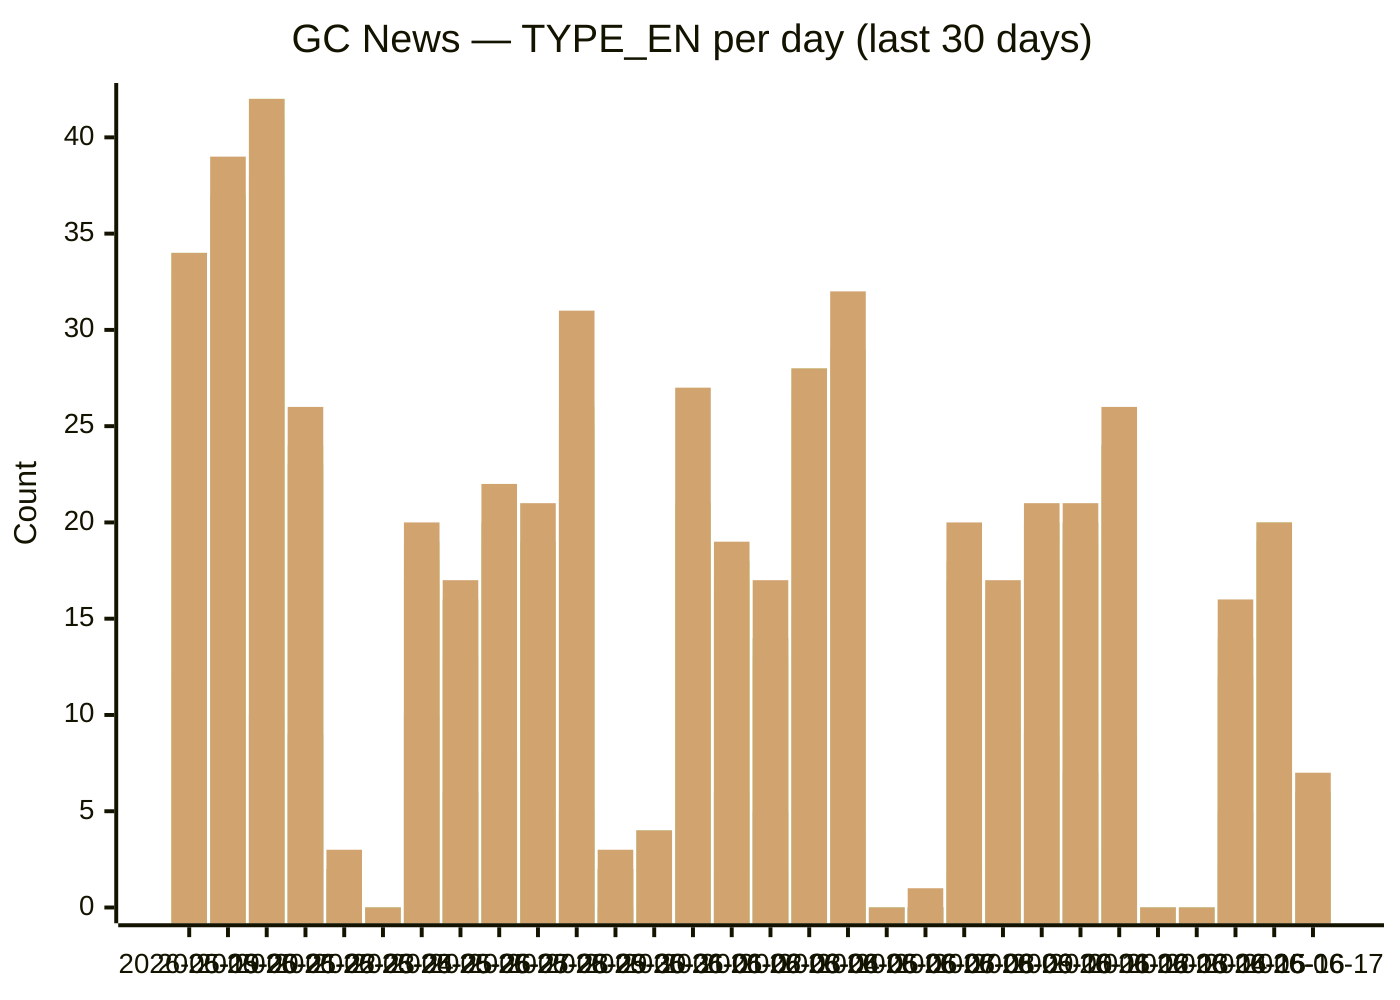
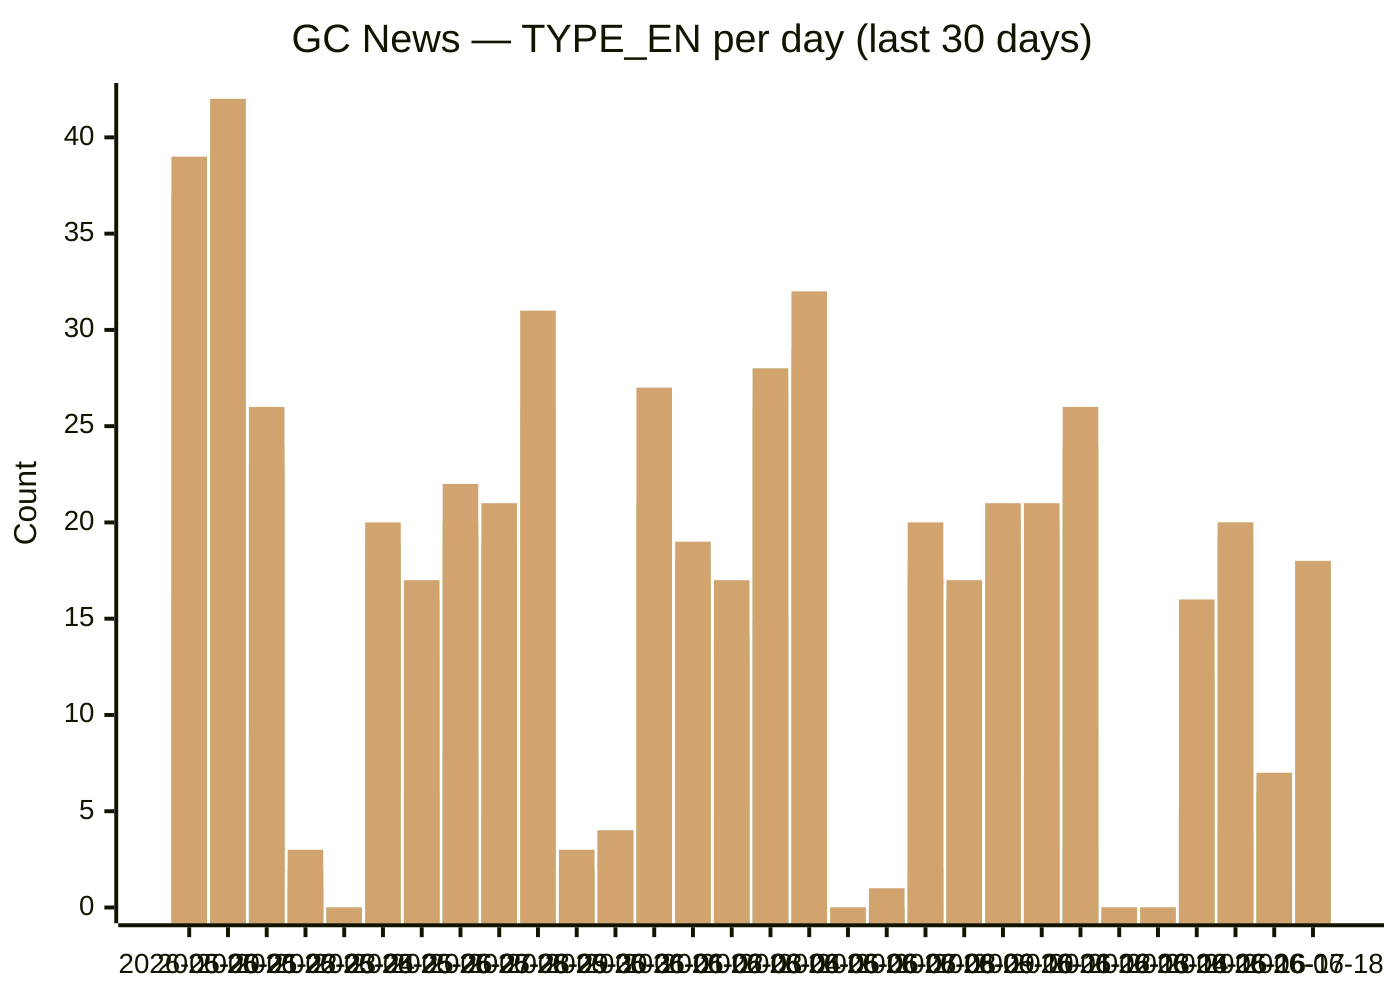
xychart-beta
  title "GC News — TYPE_EN per day (last 30 days)"
-   x-axis [2026-05-19, 2026-05-20, 2026-05-21, 2026-05-22, 2026-05-23, 2026-05-24, 2026-05-25, 2026-05-26, 2026-05-27, 2026-05-28, 2026-05-29, 2026-05-30, 2026-05-31, 2026-06-01, 2026-06-02, 2026-06-03, 2026-06-04, 2026-06-05, 2026-06-06, 2026-06-07, 2026-06-08, 2026-06-09, 2026-06-10, 2026-06-11, 2026-06-12, 2026-06-13, 2026-06-14, 2026-06-15, 2026-06-16, 2026-06-17]
+   x-axis [2026-05-20, 2026-05-21, 2026-05-22, 2026-05-23, 2026-05-24, 2026-05-25, 2026-05-26, 2026-05-27, 2026-05-28, 2026-05-29, 2026-05-30, 2026-05-31, 2026-06-01, 2026-06-02, 2026-06-03, 2026-06-04, 2026-06-05, 2026-06-06, 2026-06-07, 2026-06-08, 2026-06-09, 2026-06-10, 2026-06-11, 2026-06-12, 2026-06-13, 2026-06-14, 2026-06-15, 2026-06-16, 2026-06-17, 2026-06-18]
  y-axis "Count" 0 --> 42
-   bar backgrounders [1, 1, 3, 3, 0, 0, 6, 1, 4, 1, 1, 0, 0, 5, 2, 2, 2, 0, 0, 0, 0, 3, 2, 0, 3, 0, 0, 2, 3, 1]
-   bar "media advisories" [12, 16, 10, 9, 1, 0, 10, 6, 8, 5, 5, 0, 4, 8, 6, 5, 15, 4, 0, 0, 2, 6, 9, 7, 9, 0, 0, 5, 4, 1]
-   bar "news releases" [33, 37, 38, 23, 2, 0, 17, 13, 19, 19, 24, 2, 4, 20, 16, 13, 26, 28, 0, 0, 17, 16, 18, 19, 24, 0, 0, 12, 19, 6]
-   bar readouts [34, 37, 41, 23, 2, 0, 18, 16, 20, 19, 25, 2, 4, 21, 17, 14, 27, 29, 0, 0, 17, 16, 20, 20, 24, 0, 0, 12, 19, 6]
-   bar speeches [34, 37, 42, 24, 2, 0, 19, 16, 20, 19, 26, 2, 4, 21, 18, 14, 28, 29, 0, 0, 18, 16, 20, 20, 24, 0, 0, 14, 20, 6]
-   bar statements [34, 39, 42, 26, 3, 0, 20, 17, 22, 21, 31, 3, 4, 27, 19, 17, 28, 32, 0, 1, 20, 17, 21, 21, 26, 0, 0, 16, 20, 7]
+   bar backgrounders [1, 3, 3, 0, 0, 6, 1, 4, 1, 1, 0, 0, 5, 2, 2, 2, 0, 0, 0, 0, 3, 2, 0, 3, 0, 0, 2, 3, 1, 2]
+   bar "media advisories" [16, 10, 9, 1, 0, 10, 6, 8, 5, 5, 0, 4, 8, 6, 5, 15, 4, 0, 0, 2, 6, 9, 7, 9, 0, 0, 5, 4, 1, 7]
+   bar "news releases" [37, 38, 23, 2, 0, 17, 13, 19, 19, 24, 2, 4, 20, 16, 13, 26, 28, 0, 0, 17, 16, 18, 19, 24, 0, 0, 12, 19, 6, 18]
+   bar readouts [37, 41, 23, 2, 0, 18, 16, 20, 19, 25, 2, 4, 21, 17, 14, 27, 29, 0, 0, 17, 16, 20, 20, 24, 0, 0, 12, 19, 6, 18]
+   bar speeches [37, 42, 24, 2, 0, 19, 16, 20, 19, 26, 2, 4, 21, 18, 14, 28, 29, 0, 0, 18, 16, 20, 20, 24, 0, 0, 14, 20, 6, 18]
+   bar statements [39, 42, 26, 3, 0, 20, 17, 22, 21, 31, 3, 4, 27, 19, 17, 28, 32, 0, 1, 20, 17, 21, 21, 26, 0, 0, 16, 20, 7, 18]
